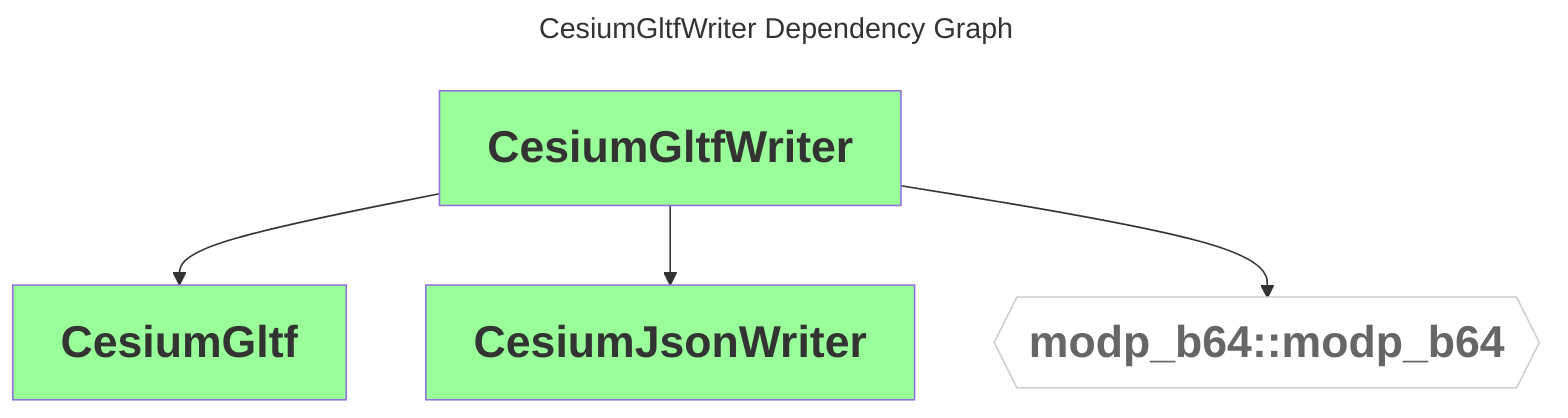
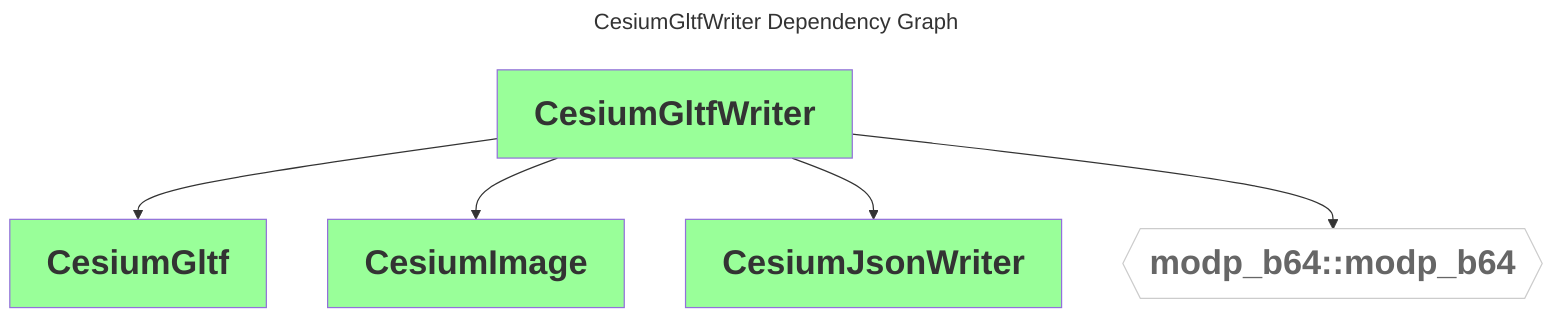
---
comment: This file was generated by dep-graph-gen. DO NOT EDIT THIS FILE!

title: CesiumGltfWriter Dependency Graph
---
graph TD
  classDef dependencyNode fill:#fff,stroke:#ccc,color:#666,font-weight:bold,font-size:28px
  classDef libraryNode fill:#9f9,font-weight:bold,font-size:28px
  CesiumGltfWriter[CesiumGltfWriter] --> CesiumGltf[CesiumGltf]
+   CesiumGltfWriter[CesiumGltfWriter] --> CesiumImage[CesiumImage]
  CesiumGltfWriter[CesiumGltfWriter] --> CesiumJsonWriter[CesiumJsonWriter]
  CesiumGltfWriter[CesiumGltfWriter] --> modp_b64_modp_b64{{modp_b64::modp_b64}}
  class modp_b64_modp_b64 dependencyNode
-   class CesiumGltf,CesiumJsonWriter,CesiumGltfWriter libraryNode
+   class CesiumGltf,CesiumImage,CesiumJsonWriter,CesiumGltfWriter libraryNode
